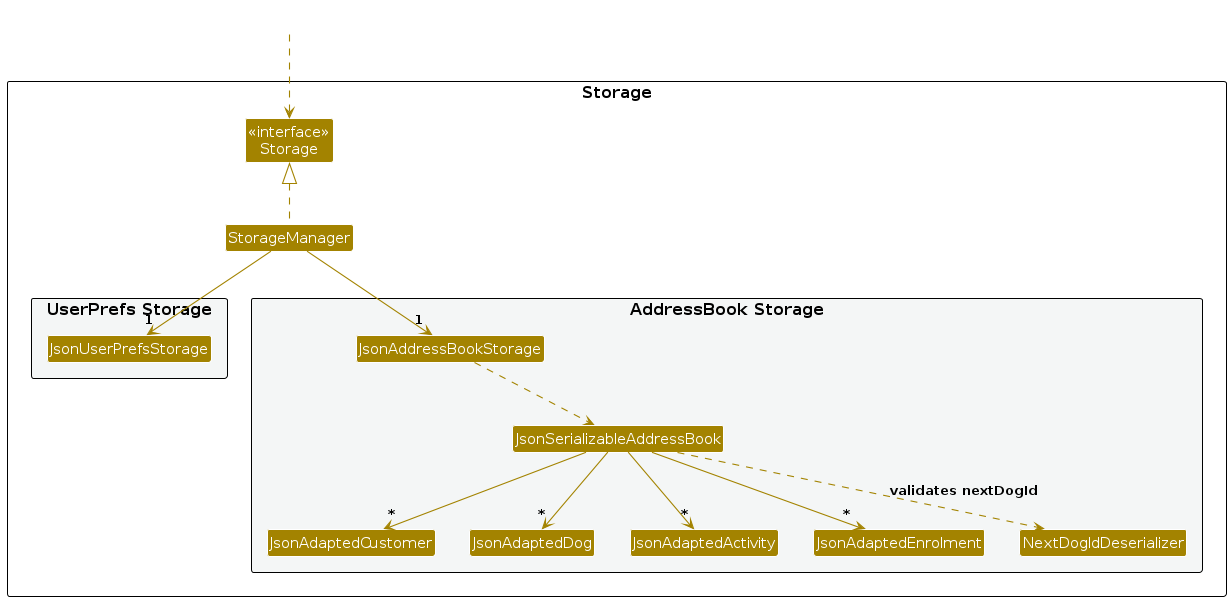
This is diagrams/StorageClassDiagram.png from AY2627S1-CS2103T-T15-4/tp, a PlantUML export, as it was before one commit. Its source is kept beside it as diagrams/StorageClassDiagram.puml.
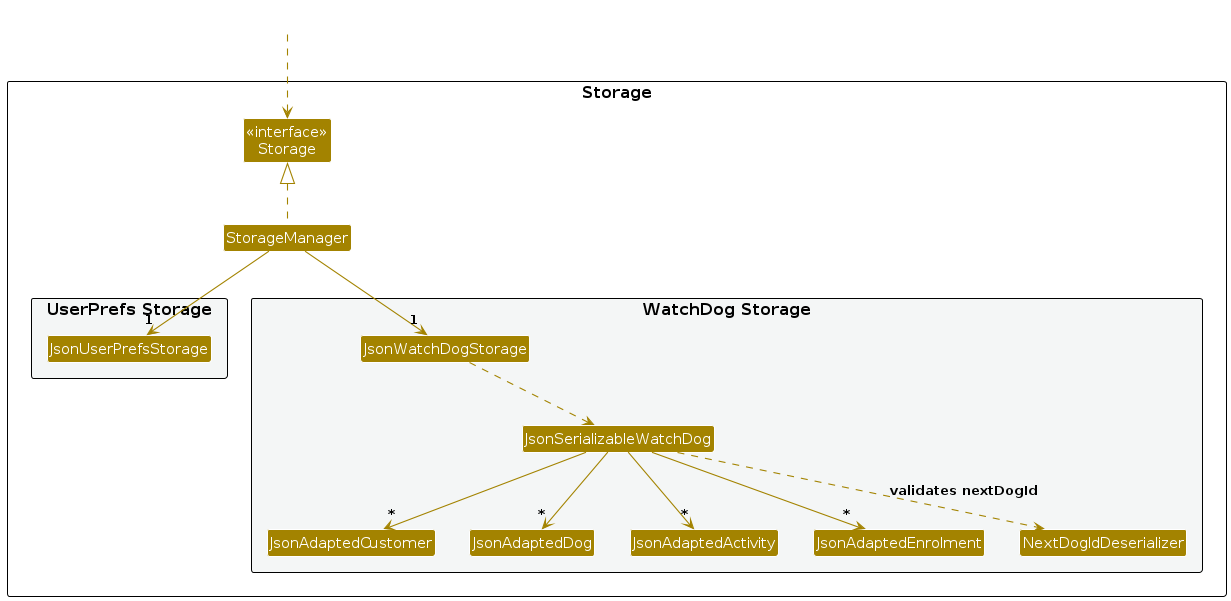
After the commit.

What changed in the source:
```diff
@@ -13,9 +13,9 @@
 Class JsonUserPrefsStorage
 }
 
-package "AddressBook Storage" #F4F6F6{
-Class JsonAddressBookStorage
-Class JsonSerializableAddressBook
+package "WatchDog Storage" #F4F6F6{
+Class JsonWatchDogStorage
+Class JsonSerializableWatchDog
 Class JsonAdaptedCustomer
 Class JsonAdaptedDog
 Class JsonAdaptedActivity
@@ -30,14 +30,14 @@
 
 StorageManager .up.|> Storage
 StorageManager -down-> "1" JsonUserPrefsStorage
-StorageManager -down-> "1" JsonAddressBookStorage
+StorageManager -down-> "1" JsonWatchDogStorage
 
-JsonAddressBookStorage ..> JsonSerializableAddressBook
-JsonSerializableAddressBook --> "*" JsonAdaptedCustomer
-JsonSerializableAddressBook --> "*" JsonAdaptedDog
-JsonSerializableAddressBook --> "*" JsonAdaptedActivity
-JsonSerializableAddressBook --> "*" JsonAdaptedEnrolment
-JsonSerializableAddressBook ..> NextDogIdDeserializer : validates nextDogId
+JsonWatchDogStorage ..> JsonSerializableWatchDog
+JsonSerializableWatchDog --> "*" JsonAdaptedCustomer
+JsonSerializableWatchDog --> "*" JsonAdaptedDog
+JsonSerializableWatchDog --> "*" JsonAdaptedActivity
+JsonSerializableWatchDog --> "*" JsonAdaptedEnrolment
+JsonSerializableWatchDog ..> NextDogIdDeserializer : validates nextDogId
 JsonAdaptedEnrolment : activityId: int
 JsonAdaptedEnrolment : dogId: int
 JsonAdaptedEnrolment : date: LocalDate
```
